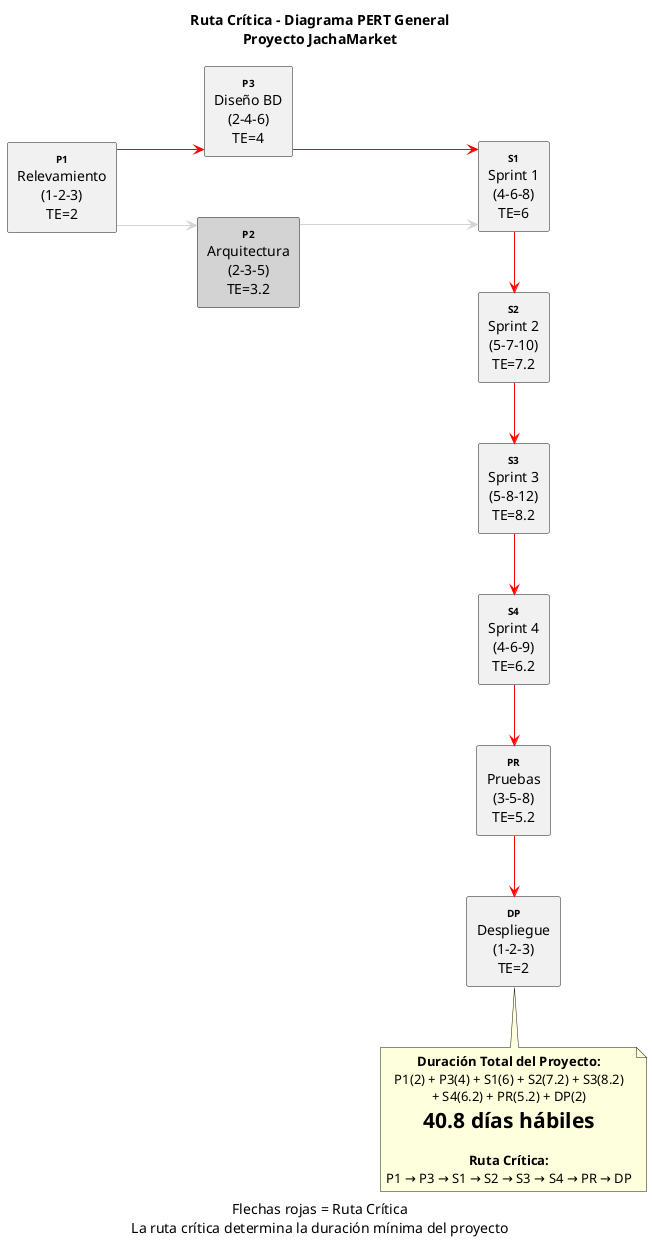
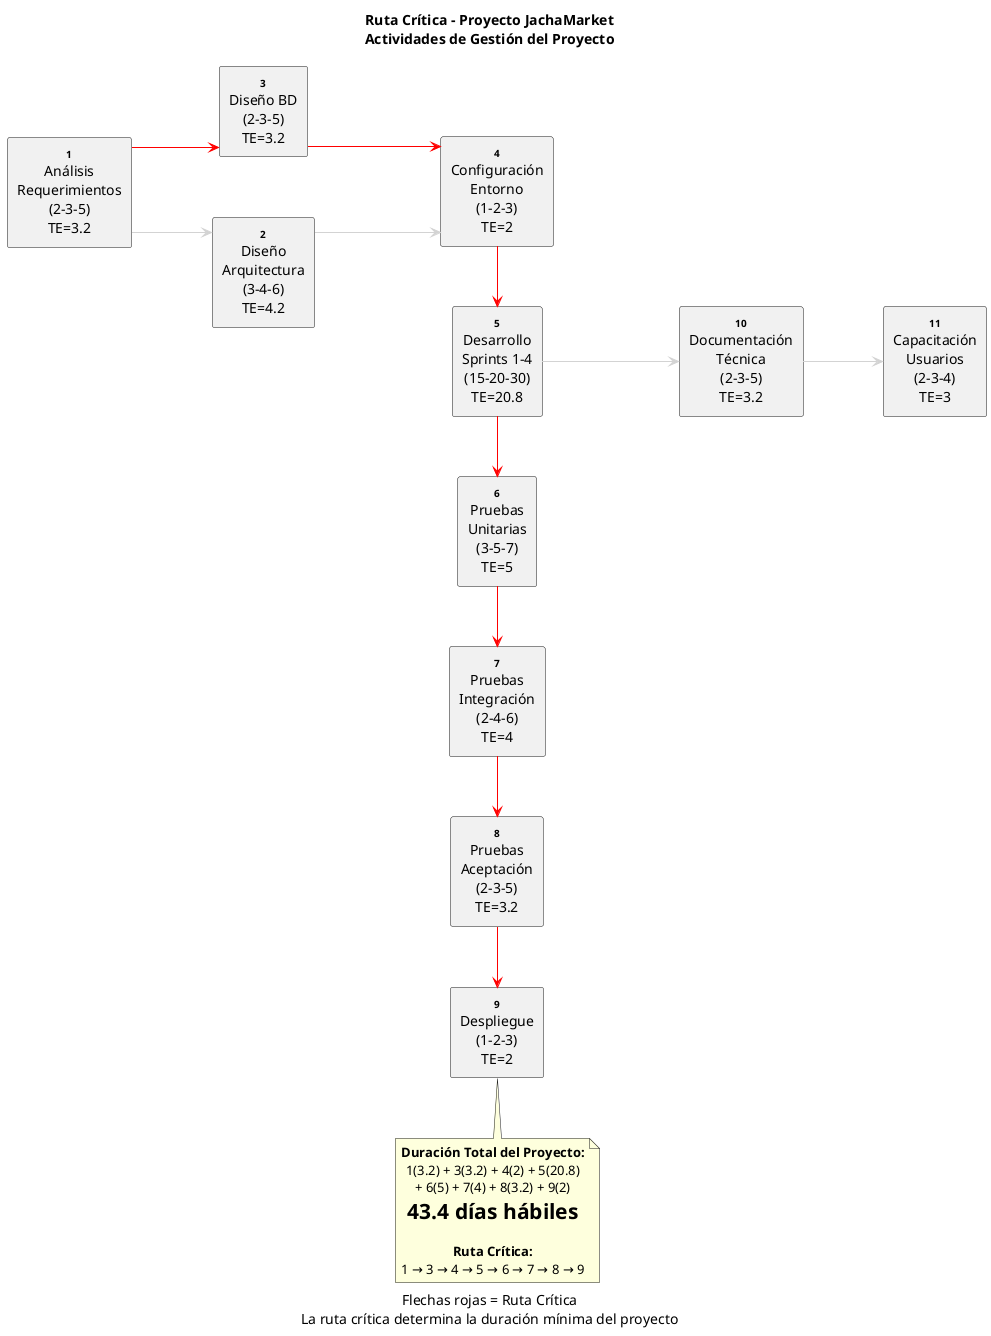
@startuml
- title Ruta Crítica - Diagrama PERT General\nProyecto JachaMarket
+ title Ruta Crítica - Proyecto JachaMarket\nActividades de Gestión del Proyecto
caption Flechas rojas = Ruta Crítica\nLa ruta crítica determina la duración mínima del proyecto

skinparam linetype ortho
skinparam defaultTextAlignment center
skinparam nodeSep 60
skinparam rankSep 80

left to right direction

- ' Nodos normales
- rectangle "<size:10><b>P1</b></size>\nRelevamiento\n(1-2-3)\nTE=2" as P1
- rectangle "<size:10><b>P3</b></size>\nDiseño BD\n(2-4-6)\nTE=4" as P3
- rectangle "<size:10><b>S1</b></size>\nSprint 1\n(4-6-8)\nTE=6" as S1
- rectangle "<size:10><b>S2</b></size>\nSprint 2\n(5-7-10)\nTE=7.2" as S2
- rectangle "<size:10><b>S3</b></size>\nSprint 3\n(5-8-12)\nTE=8.2" as S3
- rectangle "<size:10><b>S4</b></size>\nSprint 4\n(4-6-9)\nTE=6.2" as S4
- rectangle "<size:10><b>PR</b></size>\nPruebas\n(3-5-8)\nTE=5.2" as PR
- rectangle "<size:10><b>DP</b></size>\nDespliegue\n(1-2-3)\nTE=2" as DP
+ ' Nodos
+ rectangle "<size:10><b>1</b></size>\nAnálisis\nRequerimientos\n(2-3-5)\nTE=3.2" as A1
+ rectangle "<size:10><b>2</b></size>\nDiseño\nArquitectura\n(3-4-6)\nTE=4.2" as A2
+ rectangle "<size:10><b>3</b></size>\nDiseño BD\n(2-3-5)\nTE=3.2" as A3
+ rectangle "<size:10><b>4</b></size>\nConfiguración\nEntorno\n(1-2-3)\nTE=2" as A4
+ rectangle "<size:10><b>5</b></size>\nDesarrollo\nSprints 1-4\n(15-20-30)\nTE=20.8" as A5
+ rectangle "<size:10><b>6</b></size>\nPruebas\nUnitarias\n(3-5-7)\nTE=5" as A6
+ rectangle "<size:10><b>7</b></size>\nPruebas\nIntegración\n(2-4-6)\nTE=4" as A7
+ rectangle "<size:10><b>8</b></size>\nPruebas\nAceptación\n(2-3-5)\nTE=3.2" as A8
+ rectangle "<size:10><b>9</b></size>\nDespliegue\n(1-2-3)\nTE=2" as A9
+ rectangle "<size:10><b>10</b></size>\nDocumentación\nTécnica\n(2-3-5)\nTE=3.2" as A10
+ rectangle "<size:10><b>11</b></size>\nCapacitación\nUsuarios\n(2-3-4)\nTE=3" as A11

- ' Nodo no crítico (gris)
- rectangle "<size:10><b>P2</b></size>\nArquitectura\n(2-3-5)\nTE=3.2" as P2 #LightGray
- 
- ' Flechas normales (gris)
- P1 -[#LightGray]-> P2
- P2 -[#LightGray]-> S1
+ ' No críticas (gris)
+ A1 -[#LightGray]-> A2
+ A2 -[#LightGray]-> A4
+ A5 -[#LightGray]-> A10
+ A10 -[#LightGray]-> A11

' Ruta crítica (rojo)
- P1 -[#Red]> P3
- P3 -[#Red]> S1
- S1 -[#Red]> S2
- S2 -[#Red]> S3
- S3 -[#Red]> S4
- S4 -[#Red]> PR
- PR -[#Red]> DP
+ A1 -[#Red]> A3
+ A3 -[#Red]> A4
+ A4 -[#Red]> A5
+ A5 -[#Red]> A6
+ A6 -[#Red]> A7
+ A7 -[#Red]> A8
+ A8 -[#Red]> A9

- ' Cálculo de duración total
- note bottom of DP
+ ' Nota de cálculo
+ note bottom of A9
  <b>Duración Total del Proyecto:</b>
-   P1(2) + P3(4) + S1(6) + S2(7.2) + S3(8.2)
-   + S4(6.2) + PR(5.2) + DP(2)
-   = <b>40.8 días hábiles</b>
+   1(3.2) + 3(3.2) + 4(2) + 5(20.8)
+   + 6(5) + 7(4) + 8(3.2) + 9(2)
+   = <b>43.4 días hábiles</b>

  <b>Ruta Crítica:</b>
-   P1 → P3 → S1 → S2 → S3 → S4 → PR → DP
+   1 → 3 → 4 → 5 → 6 → 7 → 8 → 9
end note

@enduml
